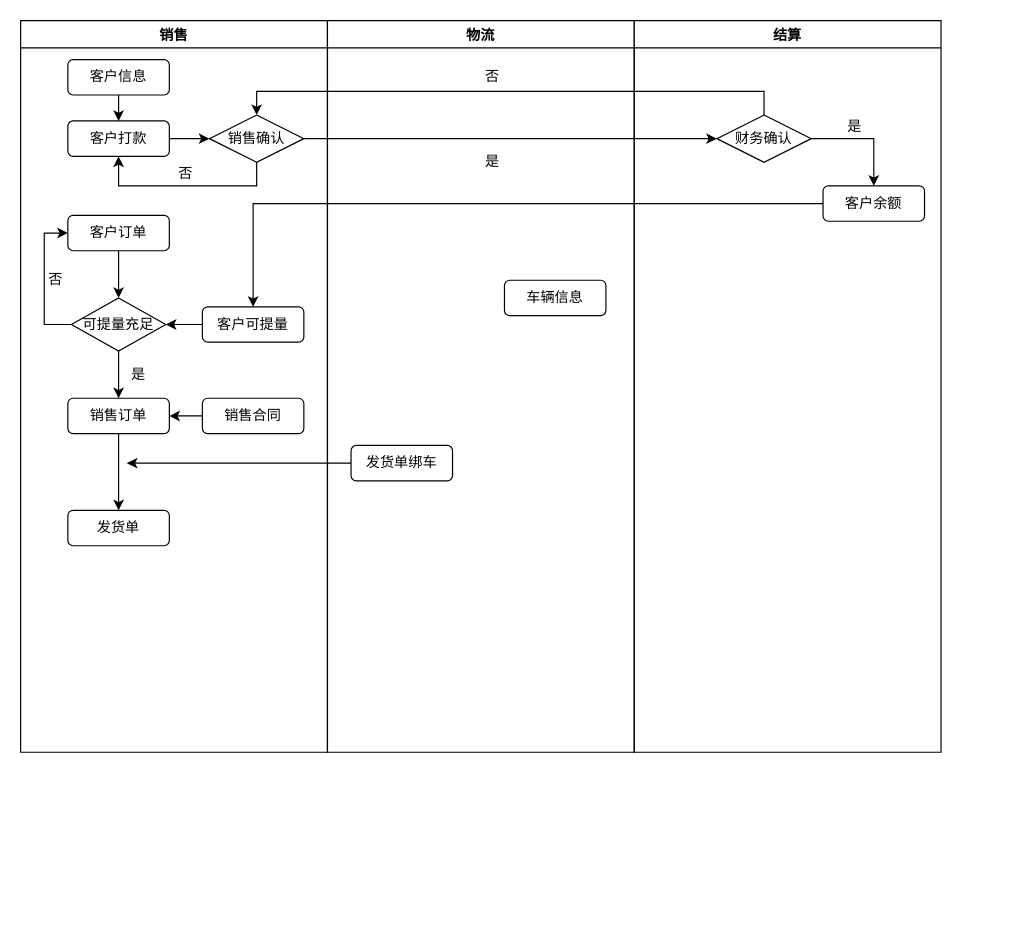
Above: Untitled Diagram.drawio in NapChen/NapChen.github.io (draw.io), before the change. Source tidied: cells renumbered, new cells numbered last; positions are measured from the earlier drawing's top-left corner, leaving out a move shared by most shapes. Both pictures are drawn from the tidied source at 118%, with x=0, y=0 at pixel (20, 20).
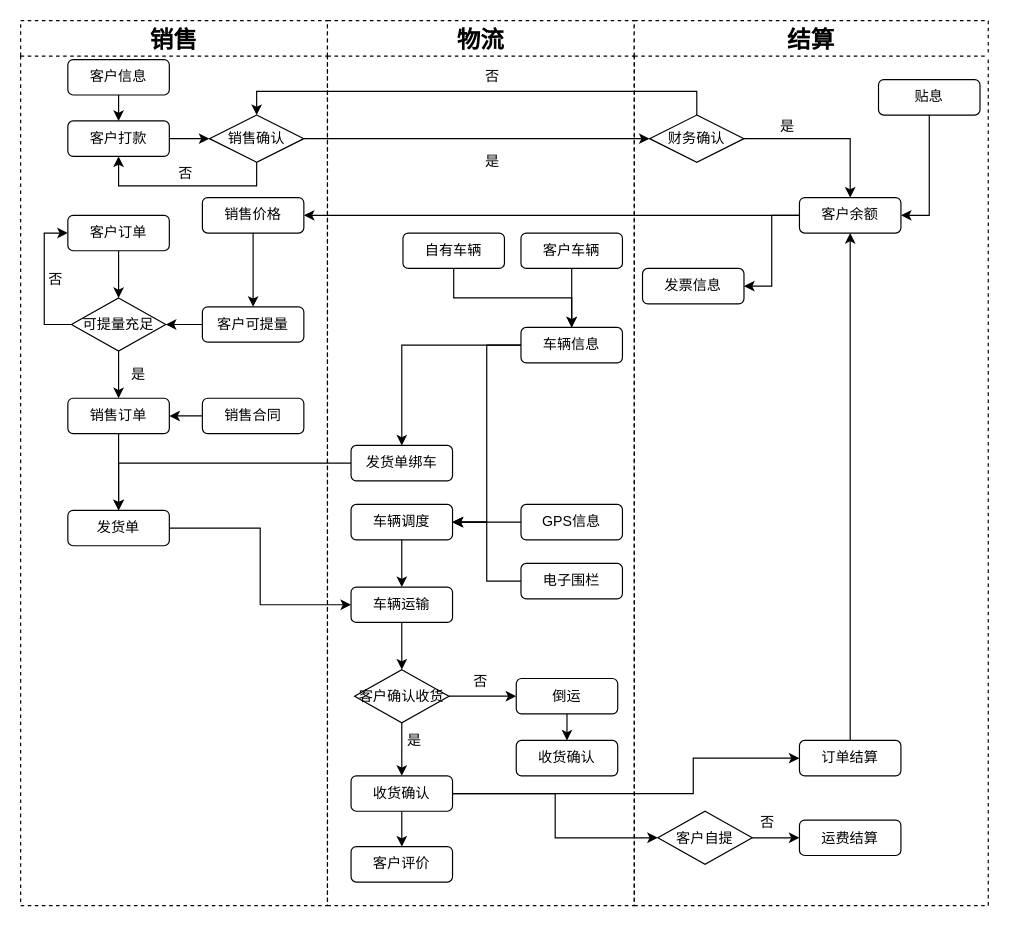
After the change.

The change refers to these unchanged cells:
```xml
<mxCell id="9" value="客户可提量" style="rounded=1;whiteSpace=wrap;html=1;" parent="4" vertex="1">
  <mxGeometry x="154" y="242.5" width="86" height="30" as="geometry" />
</mxCell>
<mxCell id="14" value="发货单" style="rounded=1;whiteSpace=wrap;html=1;" parent="4" vertex="1">
  <mxGeometry x="40" y="415" width="86" height="30" as="geometry" />
</mxCell>
<mxCell id="36" value="发货单绑车" style="rounded=1;whiteSpace=wrap;html=1;" parent="1" vertex="1">
  <mxGeometry x="280" y="360" width="86" height="30" as="geometry" />
</mxCell>
```

Diff of the diagram source:
```diff
@@
-    <mxCell id="4" value="销售" style="swimlane;" parent="1" vertex="1">
-      <mxGeometry width="260" height="620" as="geometry" />
+    <mxCell id="4" value="销售" style="swimlane;dashed=1;startSize=30;fontSize=20;" parent="1" vertex="1">
+      <mxGeometry width="260" height="750" as="geometry" />
     </mxCell>
@@
+    <mxCell id="38" value="销售价格" style="rounded=1;whiteSpace=wrap;html=1;" parent="4" vertex="1">
+      <mxGeometry x="154" y="150" width="86" height="30" as="geometry" />
+    </mxCell>
+    <mxCell id="39" style="edgeStyle=orthogonalEdgeStyle;rounded=0;jettySize=auto;html=1;entryX=0.5;entryY=0;entryDx=0;entryDy=0;" parent="4" edge="1" source="38" target="9">
+      <mxGeometry relative="1" as="geometry" />
+    </mxCell>
-    <mxCell id="17" value="物流" style="swimlane;" parent="1" vertex="1">
-      <mxGeometry x="260" width="260" height="620" as="geometry" />
+    <mxCell id="17" value="物流" style="swimlane;dashed=1;startSize=30;fontSize=20;" parent="1" vertex="1">
+      <mxGeometry x="260" width="260" height="750" as="geometry" />
     </mxCell>
     <mxCell id="18" value="车辆信息" style="rounded=1;whiteSpace=wrap;html=1;" parent="17" vertex="1">
-      <mxGeometry x="150" y="220" width="86" height="30" as="geometry" />
+      <mxGeometry x="164" y="260" width="86" height="30" as="geometry" />
     </mxCell>
@@
+    <mxCell id="40" value="GPS信息" style="rounded=1;whiteSpace=wrap;html=1;" parent="17" vertex="1">
+      <mxGeometry x="164" y="410" width="86" height="30" as="geometry" />
+    </mxCell>
+    <mxCell id="41" value="电子围栏" style="rounded=1;whiteSpace=wrap;html=1;" parent="17" vertex="1">
+      <mxGeometry x="164" y="460" width="86" height="30" as="geometry" />
+    </mxCell>
+    <mxCell id="42" style="edgeStyle=orthogonalEdgeStyle;rounded=0;jettySize=auto;html=1;" parent="17" edge="1" source="43" target="47">
+      <mxGeometry relative="1" as="geometry" />
+    </mxCell>
+    <mxCell id="43" value="车辆运输" style="rounded=1;whiteSpace=wrap;html=1;" parent="17" vertex="1">
+      <mxGeometry x="20" y="480" width="86" height="30" as="geometry" />
+    </mxCell>
+    <mxCell id="44" style="edgeStyle=orthogonalEdgeStyle;rounded=0;jettySize=auto;html=1;" parent="17" edge="1" source="45" target="48">
+      <mxGeometry relative="1" as="geometry" />
+    </mxCell>
+    <mxCell id="45" value="收货确认" style="rounded=1;whiteSpace=wrap;html=1;" parent="17" vertex="1">
+      <mxGeometry x="20" y="640" width="86" height="30" as="geometry" />
+    </mxCell>
+    <mxCell id="46" style="edgeStyle=orthogonalEdgeStyle;rounded=0;jettySize=auto;html=1;" parent="17" edge="1" source="47" target="45">
+      <mxGeometry relative="1" as="geometry" />
+    </mxCell>
+    <mxCell id="47" value="客户确认收货" style="rhombus;whiteSpace=wrap;html=1;" parent="17" vertex="1">
+      <mxGeometry x="23" y="550" width="80" height="45" as="geometry" />
+    </mxCell>
+    <mxCell id="48" value="客户评价" style="rounded=1;whiteSpace=wrap;html=1;" parent="17" vertex="1">
+      <mxGeometry x="20" y="700" width="86" height="30" as="geometry" />
+    </mxCell>
+    <mxCell id="49" style="edgeStyle=orthogonalEdgeStyle;rounded=0;jettySize=auto;html=1;" parent="17" edge="1" source="50" target="53">
+      <mxGeometry relative="1" as="geometry" />
+    </mxCell>
+    <mxCell id="50" value="倒运" style="rounded=1;whiteSpace=wrap;html=1;" parent="17" vertex="1">
+      <mxGeometry x="160" y="557.5" width="86" height="30" as="geometry" />
+    </mxCell>
+    <mxCell id="51" style="edgeStyle=orthogonalEdgeStyle;rounded=0;jettySize=auto;html=1;" parent="17" edge="1" source="47" target="50">
+      <mxGeometry relative="1" as="geometry" />
+    </mxCell>
+    <mxCell id="52" value="否" style="text;html=1;strokeColor=none;fillColor=none;align=center;verticalAlign=middle;whiteSpace=wrap;rounded=0;" parent="17" vertex="1">
+      <mxGeometry x="110" y="550" width="40" height="20" as="geometry" />
+    </mxCell>
+    <mxCell id="53" value="收货确认" style="rounded=1;whiteSpace=wrap;html=1;" parent="17" vertex="1">
+      <mxGeometry x="160" y="610" width="86" height="30" as="geometry" />
+    </mxCell>
+    <mxCell id="54" style="edgeStyle=orthogonalEdgeStyle;rounded=0;jettySize=auto;html=1;exitX=0.5;exitY=1;exitDx=0;exitDy=0;" parent="17" edge="1" source="55" target="18">
+      <mxGeometry relative="1" as="geometry" />
+    </mxCell>
+    <mxCell id="55" value="自有车辆" style="rounded=1;whiteSpace=wrap;html=1;" parent="17" vertex="1">
+      <mxGeometry x="64" y="180" width="86" height="30" as="geometry" />
+    </mxCell>
+    <mxCell id="56" style="edgeStyle=orthogonalEdgeStyle;rounded=0;jettySize=auto;html=1;entryX=0.5;entryY=0;entryDx=0;entryDy=0;" parent="17" edge="1" source="57" target="18">
+      <mxGeometry relative="1" as="geometry" />
+    </mxCell>
+    <mxCell id="57" value="客户车辆" style="rounded=1;whiteSpace=wrap;html=1;" parent="17" vertex="1">
+      <mxGeometry x="164" y="180" width="86" height="30" as="geometry" />
+    </mxCell>
-    <mxCell id="21" value="结算" style="swimlane;" parent="1" vertex="1">
-      <mxGeometry x="520" width="260" height="620" as="geometry" />
+    <mxCell id="21" value="结算" style="swimlane;dashed=1;startSize=30;fontSize=20;" parent="1" vertex="1">
+      <mxGeometry x="520" width="300" height="750" as="geometry" />
     </mxCell>
+    <mxCell id="58" style="edgeStyle=orthogonalEdgeStyle;rounded=0;jettySize=auto;html=1;entryX=1;entryY=0.5;entryDx=0;entryDy=0;" parent="21" edge="1" source="22" target="64">
+      <mxGeometry relative="1" as="geometry" />
+    </mxCell>
     <mxCell id="22" value="客户余额" style="rounded=1;whiteSpace=wrap;html=1;" parent="21" vertex="1">
-      <mxGeometry x="160" y="140" width="86" height="30" as="geometry" />
+      <mxGeometry x="140" y="150" width="86" height="30" as="geometry" />
     </mxCell>
@@
     <mxCell id="24" value="财务确认" style="rhombus;whiteSpace=wrap;html=1;" parent="21" vertex="1">
-      <mxGeometry x="70" y="80" width="80" height="40" as="geometry" />
+      <mxGeometry x="13" y="80" width="80" height="40" as="geometry" />
     </mxCell>
     <mxCell id="25" value="是" style="text;html=1;strokeColor=none;fillColor=none;align=center;verticalAlign=middle;whiteSpace=wrap;rounded=0;" parent="21" vertex="1">
-      <mxGeometry x="167" y="80" width="40" height="20" as="geometry" />
+      <mxGeometry x="110" y="80" width="40" height="20" as="geometry" />
     </mxCell>
+    <mxCell id="59" value="运费结算" style="rounded=1;whiteSpace=wrap;html=1;" parent="21" vertex="1">
+      <mxGeometry x="140" y="677.5" width="86" height="30" as="geometry" />
+    </mxCell>
+    <mxCell id="60" style="edgeStyle=orthogonalEdgeStyle;rounded=0;jettySize=auto;html=1;entryX=0.5;entryY=1;entryDx=0;entryDy=0;" parent="21" edge="1" source="61" target="22">
+      <mxGeometry relative="1" as="geometry" />
+    </mxCell>
+    <mxCell id="61" value="订单结算" style="rounded=1;whiteSpace=wrap;html=1;" parent="21" vertex="1">
+      <mxGeometry x="140" y="610" width="86" height="30" as="geometry" />
+    </mxCell>
+    <mxCell id="62" style="edgeStyle=orthogonalEdgeStyle;rounded=0;jettySize=auto;html=1;entryX=1;entryY=0.5;entryDx=0;entryDy=0;exitX=0.5;exitY=1;exitDx=0;exitDy=0;" parent="21" edge="1" source="63" target="22">
+      <mxGeometry relative="1" as="geometry" />
+    </mxCell>
+    <mxCell id="63" value="贴息" style="rounded=1;whiteSpace=wrap;html=1;" parent="21" vertex="1">
+      <mxGeometry x="207" y="50" width="86" height="30" as="geometry" />
+    </mxCell>
+    <mxCell id="64" value="发票信息" style="rounded=1;whiteSpace=wrap;html=1;" parent="21" vertex="1">
+      <mxGeometry x="7" y="210" width="86" height="30" as="geometry" />
+    </mxCell>
+    <mxCell id="65" style="edgeStyle=orthogonalEdgeStyle;rounded=0;jettySize=auto;html=1;" parent="21" edge="1" source="66" target="59">
+      <mxGeometry relative="1" as="geometry" />
+    </mxCell>
+    <mxCell id="66" value="客户自提" style="rhombus;whiteSpace=wrap;html=1;" parent="21" vertex="1">
+      <mxGeometry x="20" y="670" width="80" height="45" as="geometry" />
+    </mxCell>
+    <mxCell id="67" value="否" style="text;html=1;strokeColor=none;fillColor=none;align=center;verticalAlign=middle;whiteSpace=wrap;rounded=0;" parent="21" vertex="1">
+      <mxGeometry x="93" y="670" width="40" height="20" as="geometry" />
+    </mxCell>
@@
-    <mxCell id="27" style="edgeStyle=orthogonalEdgeStyle;rounded=0;jettySize=auto;html=1;" parent="1" edge="1" source="22" target="9">
-      <mxGeometry relative="1" as="geometry" />
-    </mxCell>
@@
-    <mxCell id="35" style="edgeStyle=orthogonalEdgeStyle;rounded=0;jettySize=auto;html=1;" parent="1" edge="1" source="36">
-      <mxGeometry relative="1" as="geometry">
-        <mxPoint x="90" y="375" as="targetPoint" />
-      </mxGeometry>
-    </mxCell>
+    <mxCell id="68" style="edgeStyle=orthogonalEdgeStyle;rounded=0;jettySize=auto;html=1;entryX=0.5;entryY=0;entryDx=0;entryDy=0;" parent="1" edge="1" source="36" target="14">
+      <mxGeometry relative="1" as="geometry" />
+    </mxCell>
@@
+    <mxCell id="69" style="edgeStyle=orthogonalEdgeStyle;rounded=0;jettySize=auto;html=1;" parent="1" edge="1" source="70" target="43">
+      <mxGeometry relative="1" as="geometry" />
+    </mxCell>
+    <mxCell id="70" value="车辆调度" style="rounded=1;whiteSpace=wrap;html=1;" parent="1" vertex="1">
+      <mxGeometry x="280" y="410" width="86" height="30" as="geometry" />
+    </mxCell>
+    <mxCell id="71" style="edgeStyle=orthogonalEdgeStyle;rounded=0;jettySize=auto;html=1;" parent="1" edge="1" source="40" target="70">
+      <mxGeometry relative="1" as="geometry" />
+    </mxCell>
+    <mxCell id="72" style="edgeStyle=orthogonalEdgeStyle;rounded=0;jettySize=auto;html=1;entryX=1;entryY=0.5;entryDx=0;entryDy=0;" parent="1" edge="1" source="41" target="70">
+      <mxGeometry relative="1" as="geometry" />
+    </mxCell>
+    <mxCell id="73" style="edgeStyle=orthogonalEdgeStyle;rounded=0;jettySize=auto;html=1;entryX=0;entryY=0.5;entryDx=0;entryDy=0;" parent="1" edge="1" source="14" target="43">
+      <mxGeometry relative="1" as="geometry" />
+    </mxCell>
+    <mxCell id="74" style="edgeStyle=orthogonalEdgeStyle;rounded=0;jettySize=auto;html=1;entryX=0;entryY=0.5;entryDx=0;entryDy=0;" parent="1" edge="1" source="45" target="61">
+      <mxGeometry relative="1" as="geometry">
+        <Array as="points">
+          <mxPoint x="570" y="655" />
+          <mxPoint x="570" y="625" />
+        </Array>
+      </mxGeometry>
+    </mxCell>
+    <mxCell id="75" value="是" style="text;html=1;strokeColor=none;fillColor=none;align=center;verticalAlign=middle;whiteSpace=wrap;rounded=0;" parent="1" vertex="1">
+      <mxGeometry x="314" y="600" width="40" height="20" as="geometry" />
+    </mxCell>
+    <mxCell id="76" style="edgeStyle=orthogonalEdgeStyle;rounded=0;jettySize=auto;html=1;entryX=0.5;entryY=0;entryDx=0;entryDy=0;" parent="1" edge="1" source="18" target="36">
+      <mxGeometry relative="1" as="geometry" />
+    </mxCell>
+    <mxCell id="77" style="edgeStyle=orthogonalEdgeStyle;rounded=0;jettySize=auto;html=1;entryX=1;entryY=0.5;entryDx=0;entryDy=0;" parent="1" edge="1" source="18" target="70">
+      <mxGeometry relative="1" as="geometry" />
+    </mxCell>
+    <mxCell id="78" style="edgeStyle=orthogonalEdgeStyle;rounded=0;jettySize=auto;html=1;exitX=1;exitY=0.5;exitDx=0;exitDy=0;entryX=0;entryY=0.5;entryDx=0;entryDy=0;" parent="1" edge="1" source="45" target="66">
+      <mxGeometry relative="1" as="geometry" />
+    </mxCell>
+    <mxCell id="79" style="edgeStyle=orthogonalEdgeStyle;rounded=0;jettySize=auto;html=1;entryX=1;entryY=0.5;entryDx=0;entryDy=0;" parent="1" edge="1" source="22" target="38">
+      <mxGeometry relative="1" as="geometry" />
+    </mxCell>
```
